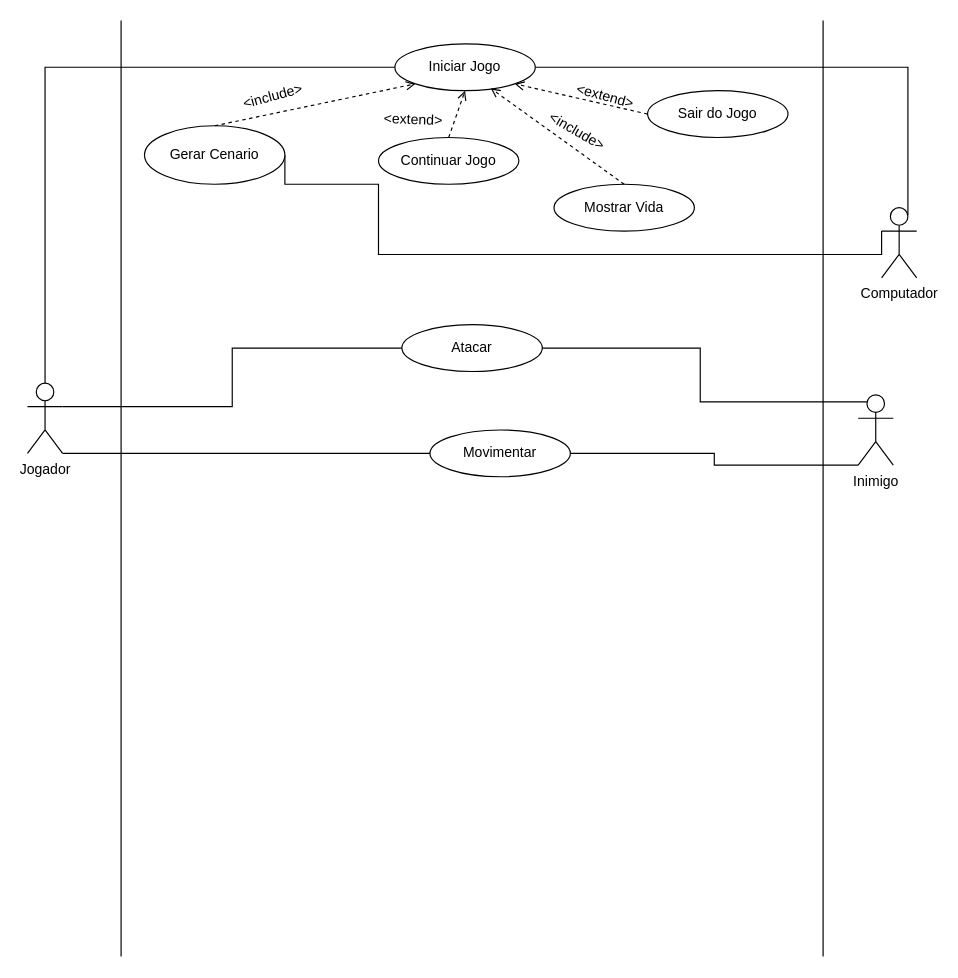
Earlier version of the draw.io diagram Diagrama sem nome.drawio (yuritelis/atvmusicalp). Source tidied: cells renumbered, new cells numbered last; positions are measured from the earlier drawing's top-left corner, leaving out a move shared by most shapes. Both pictures are drawn from the tidied source at 117%, with x=0, y=0 at pixel (27, 20).
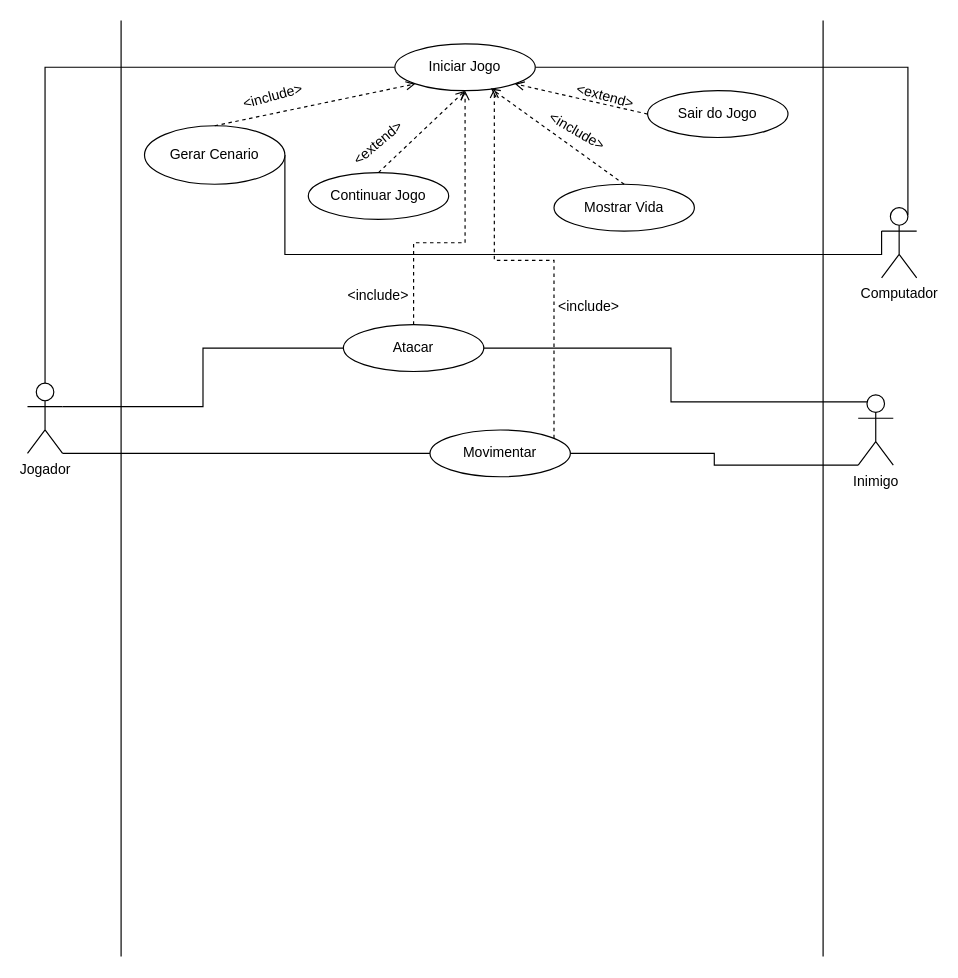
The same diagram, later.

Unchanged cells that the change refers to:
```xml
<mxCell id="8" value="Computador" style="shape=umlActor;verticalLabelPosition=bottom;verticalAlign=top;html=1;outlineConnect=0;" parent="1" vertex="1">
  <mxGeometry x="730" y="160" width="30" height="60" as="geometry" />
</mxCell>
<mxCell id="11" value="Iniciar Jogo" style="ellipse;whiteSpace=wrap;html=1;" parent="1" vertex="1">
  <mxGeometry x="314" y="20" width="120" height="40" as="geometry" />
</mxCell>
<mxCell id="17" value="Gerar Cenario" style="ellipse;whiteSpace=wrap;html=1;" parent="1" vertex="1">
  <mxGeometry x="100" y="90" width="120" height="50" as="geometry" />
</mxCell>
<mxCell id="25" value="Movimentar" style="ellipse;whiteSpace=wrap;html=1;" parent="1" vertex="1">
  <mxGeometry x="344" y="350" width="120" height="40" as="geometry" />
</mxCell>
```

Change to the diagram source:
```diff
@@
     <mxCell id="7" style="edgeStyle=orthogonalEdgeStyle;rounded=0;jettySize=auto;html=1;entryX=1;entryY=0.5;entryDx=0;entryDy=0;exitX=0;exitY=0.3333333333333333;exitDx=0;exitDy=0;exitPerimeter=0;endArrow=none;endFill=0;" parent="1" edge="1" source="8" target="17">
       <mxGeometry relative="1" as="geometry">
         <Array as="points">
           <mxPoint x="730" y="200" />
-          <mxPoint x="300" y="200" />
-          <mxPoint x="300" y="140" />
-          <mxPoint x="220" y="140" />
+          <mxPoint x="220" y="200" />
         </Array>
       </mxGeometry>
     </mxCell>
@@
+    <mxCell id="29" style="edgeStyle=orthogonalEdgeStyle;rounded=0;jettySize=auto;html=1;dashed=1;endArrow=open;endFill=0;" parent="1" edge="1" source="12" target="11">
+      <mxGeometry relative="1" as="geometry">
+        <Array as="points">
+          <mxPoint x="330" y="190" />
+          <mxPoint x="374" y="190" />
+        </Array>
+      </mxGeometry>
+    </mxCell>
     <mxCell id="12" value="Atacar" style="ellipse;whiteSpace=wrap;html=1;" parent="1" vertex="1">
-      <mxGeometry x="320" y="260" width="120" height="40" as="geometry" />
+      <mxGeometry x="270" y="260" width="120" height="40" as="geometry" />
     </mxCell>
     <mxCell id="13" value="Continuar Jogo" style="ellipse;whiteSpace=wrap;html=1;" parent="1" vertex="1">
-      <mxGeometry x="300" y="100" width="120" height="40" as="geometry" />
+      <mxGeometry x="240" y="130" width="120" height="40" as="geometry" />
     </mxCell>
@@
-    <mxCell id="20" value="&amp;lt;extend&amp;gt;" style="text;html=1;strokeColor=none;fillColor=none;align=center;verticalAlign=middle;whiteSpace=wrap;rounded=0;rotation=2;" parent="1" vertex="1">
-      <mxGeometry x="300" y="70" width="60" height="30" as="geometry" />
+    <mxCell id="20" value="&amp;lt;extend&amp;gt;" style="text;html=1;strokeColor=none;fillColor=none;align=center;verticalAlign=middle;whiteSpace=wrap;rounded=0;rotation=-40;" parent="1" vertex="1">
+      <mxGeometry x="270" y="90" width="60" height="30" as="geometry" />
     </mxCell>
@@
+    <mxCell id="30" style="edgeStyle=orthogonalEdgeStyle;rounded=0;jettySize=auto;html=1;dashed=1;endArrow=open;endFill=0;" parent="1" edge="1" source="25" target="11">
+      <mxGeometry relative="1" as="geometry">
+        <Array as="points">
+          <mxPoint x="450" y="205" />
+          <mxPoint x="399" y="205" />
+        </Array>
+      </mxGeometry>
+    </mxCell>
@@
+    <mxCell id="31" value="&amp;lt;include&amp;gt;" style="text;html=1;strokeColor=none;fillColor=none;align=center;verticalAlign=middle;whiteSpace=wrap;rounded=0;" parent="1" vertex="1">
+      <mxGeometry x="450" y="230" width="60" height="30" as="geometry" />
+    </mxCell>
+    <mxCell id="32" value="&amp;lt;include&amp;gt;" style="text;html=1;strokeColor=none;fillColor=none;align=center;verticalAlign=middle;whiteSpace=wrap;rounded=0;" parent="1" vertex="1">
+      <mxGeometry x="270" y="220" width="60" height="30" as="geometry" />
+    </mxCell>
```
